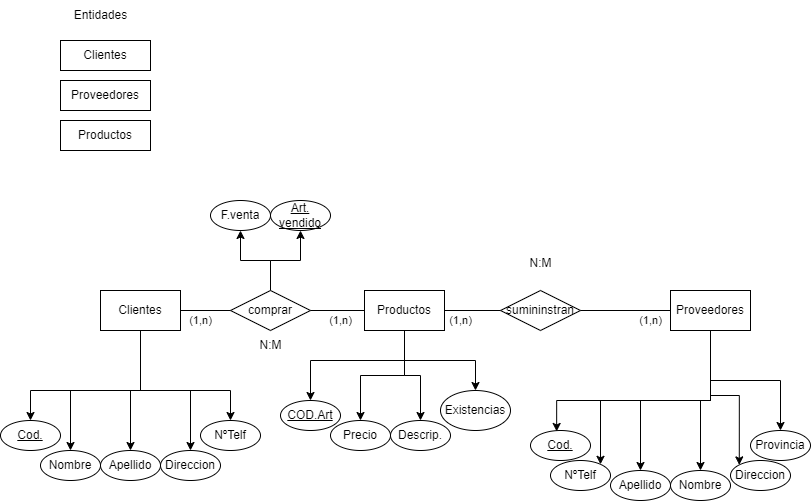
Above: Ejercicios/images/Diagrama_BAE_E5.drawio.png in adogonz23/BAE (draw.io), before the change. Source tidied: cells renumbered, new cells last; positions are measured from the earlier drawing's top-left corner, leaving out a move shared by most shapes.
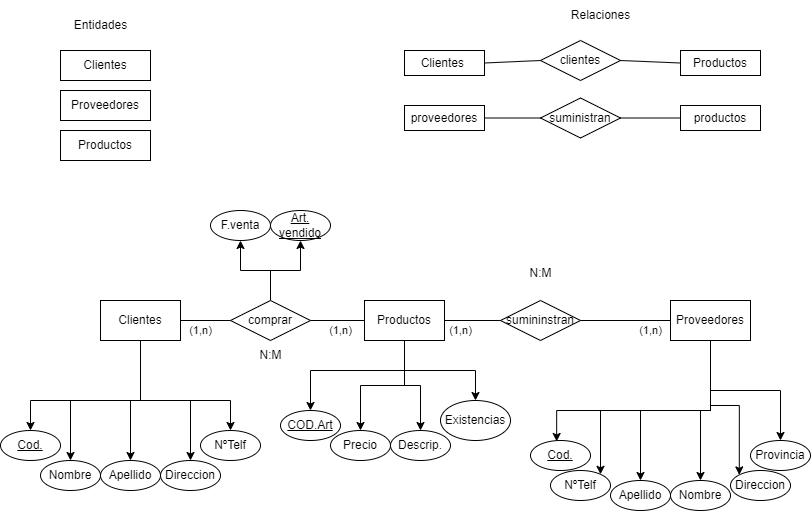
The same diagram one commit later.

Change to the diagram source:
```diff
@@ -194,5 +194,38 @@
     <mxCell id="54" value="Entidades" style="text;html=1;align=center;verticalAlign=middle;strokeColor=none;fillColor=none;" parent="1" vertex="1">
       <mxGeometry x="60" width="80" height="30" as="geometry" />
     </mxCell>
+    <mxCell id="55" value="Relaciones" style="text;html=1;align=center;verticalAlign=middle;strokeColor=none;fillColor=none;" parent="1" vertex="1">
+      <mxGeometry x="560" y="-10" width="80" height="30" as="geometry" />
+    </mxCell>
+    <mxCell id="56" value="Clientes&amp;nbsp;" style="rounded=0;whiteSpace=wrap;html=1;" parent="1" vertex="1">
+      <mxGeometry x="404" y="40" width="80" height="25" as="geometry" />
+    </mxCell>
+    <mxCell id="57" value="Productos" style="rounded=0;whiteSpace=wrap;html=1;" parent="1" vertex="1">
+      <mxGeometry x="680" y="40" width="80" height="25" as="geometry" />
+    </mxCell>
+    <mxCell id="58" value="productos" style="rounded=0;whiteSpace=wrap;html=1;" parent="1" vertex="1">
+      <mxGeometry x="680" y="95" width="80" height="25" as="geometry" />
+    </mxCell>
+    <mxCell id="59" value="proveedores" style="rounded=0;whiteSpace=wrap;html=1;" parent="1" vertex="1">
+      <mxGeometry x="404" y="95" width="80" height="25" as="geometry" />
+    </mxCell>
+    <mxCell id="60" value="clientes" style="rhombus;whiteSpace=wrap;html=1;" parent="1" vertex="1">
+      <mxGeometry x="540" y="30" width="80" height="40" as="geometry" />
+    </mxCell>
+    <mxCell id="61" value="suministran" style="rhombus;whiteSpace=wrap;html=1;" parent="1" vertex="1">
+      <mxGeometry x="540" y="87.5" width="80" height="40" as="geometry" />
+    </mxCell>
+    <mxCell id="62" style="endArrow=none;html=1;rounded=0;entryX=1;entryY=0.5;entryDx=0;entryDy=0;exitX=0;exitY=0.5;exitDx=0;exitDy=0;" parent="1" edge="1" source="60" target="56">
+      <mxGeometry relative="1" as="geometry" />
+    </mxCell>
+    <mxCell id="63" style="endArrow=none;html=1;rounded=0;entryX=1;entryY=0.5;entryDx=0;entryDy=0;exitX=0;exitY=0.5;exitDx=0;exitDy=0;" parent="1" edge="1" source="57" target="60">
+      <mxGeometry relative="1" as="geometry" />
+    </mxCell>
+    <mxCell id="64" style="endArrow=none;html=1;rounded=0;exitX=0;exitY=0.5;exitDx=0;exitDy=0;entryX=1;entryY=0.5;entryDx=0;entryDy=0;" parent="1" edge="1" source="61" target="59">
+      <mxGeometry relative="1" as="geometry" />
+    </mxCell>
+    <mxCell id="65" style="endArrow=none;html=1;rounded=0;entryX=1;entryY=0.5;entryDx=0;entryDy=0;exitX=0;exitY=0.5;exitDx=0;exitDy=0;" parent="1" edge="1" source="58" target="61">
+      <mxGeometry relative="1" as="geometry" />
+    </mxCell>
   </root>
 </mxGraphModel>
```
